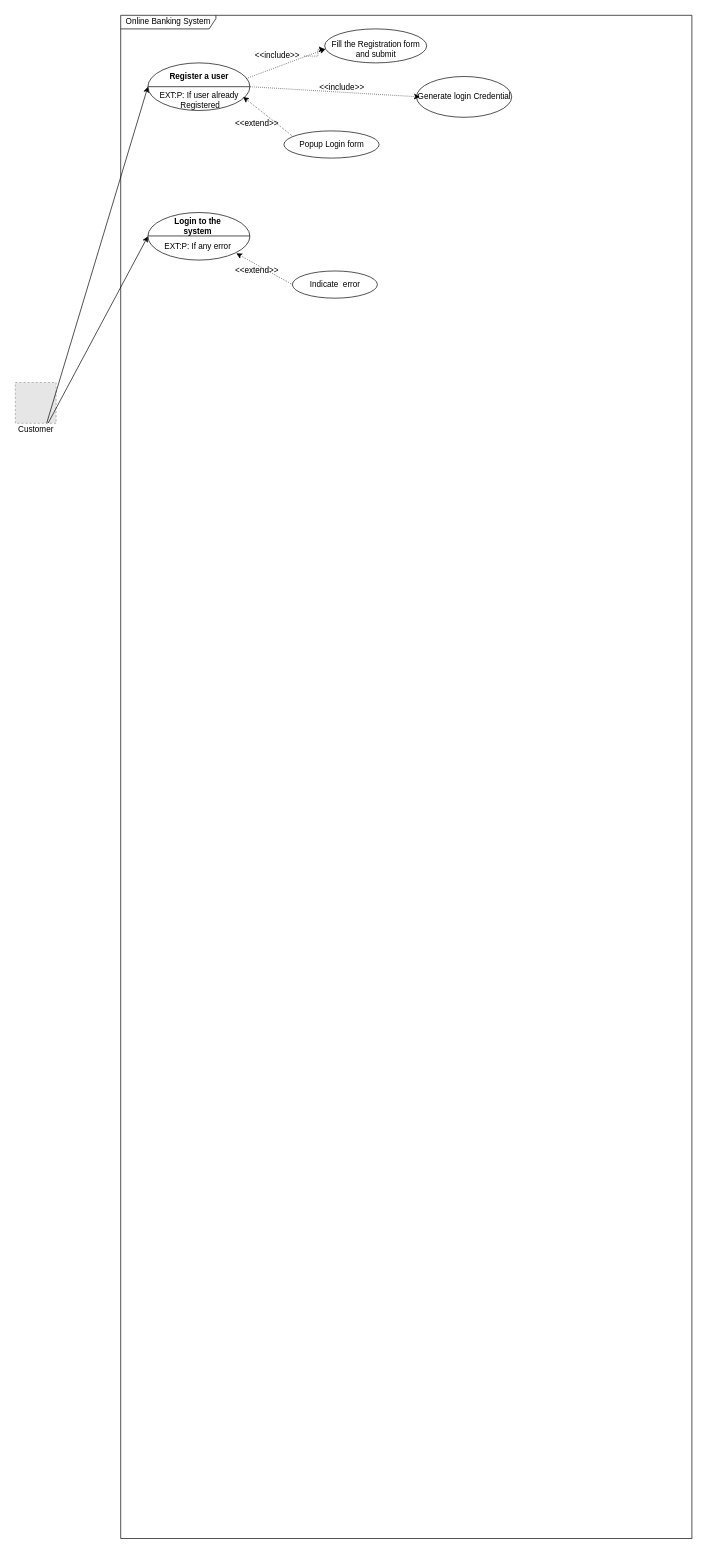
The draw.io diagram Untitled Diagram.drawio in Janith-Sandamal/online-banking, before the edit. Source tidied: cells renumbered, new cells numbered last; positions are measured from the earlier drawing's top-left corner, leaving out a move shared by most shapes. Both pictures are drawn from the tidied source at 68%, with x=0, y=0 at pixel (12, 15). Pictures stored in the file or linked from it are replaced by grey dashed boxes.
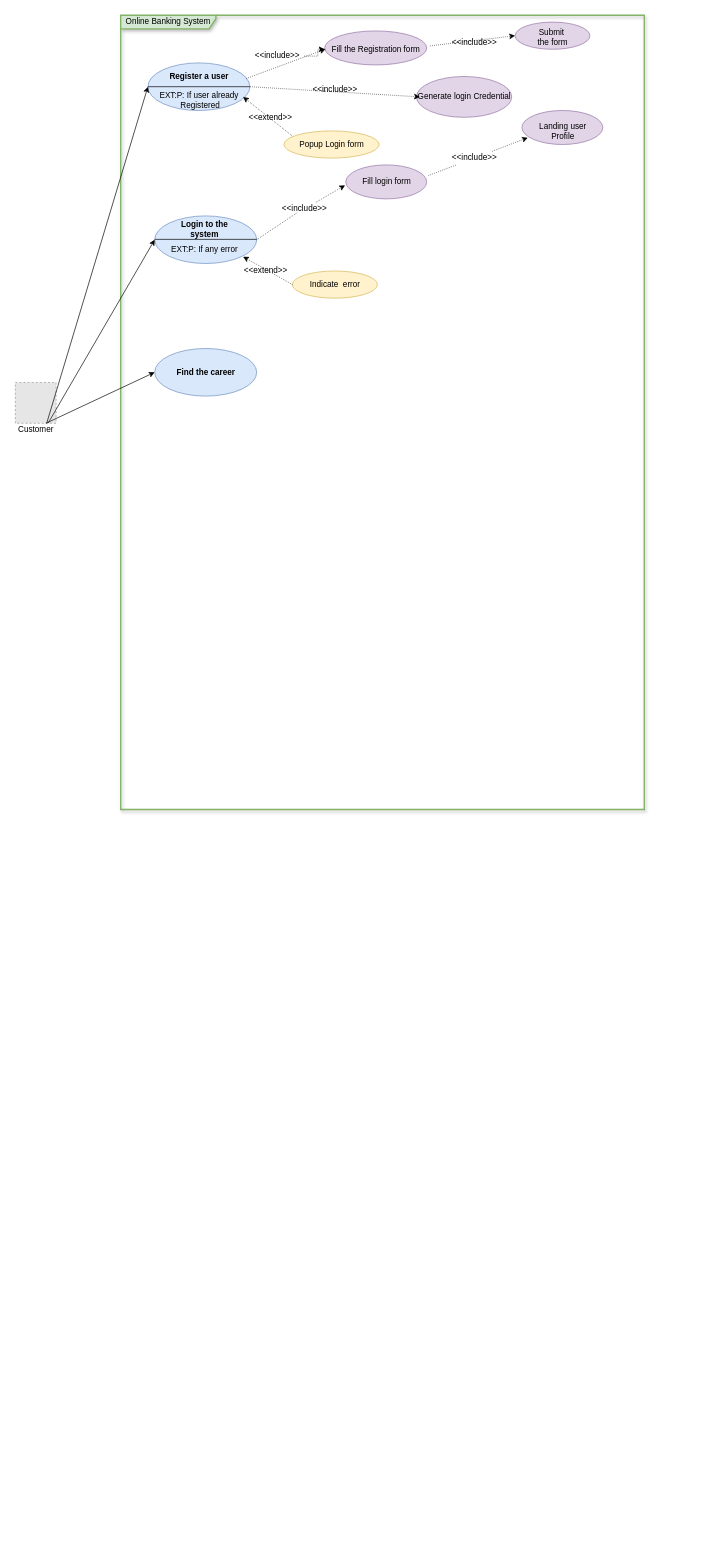
Above is the later version.

Commit message:
Continue Find career use case

The change refers to these unchanged cells:
```xml
<mxCell id="4" value="Customer" style="text;html=1;align=center;verticalAlign=middle;points=[];fillColor=none;strokeColor=none;rounded=0;" parent="1" vertex="1">
  <mxGeometry y="600" width="70" height="20" as="geometry" />
</mxCell>
```

Diff of the diagram source:
```diff
@@
-    <mxCell id="2" value="Online Banking System" style="shape=umlFrame;whiteSpace=wrap;html=1;width=140;height=20;" parent="1" vertex="1">
-      <mxGeometry x="160" width="840" height="2240" as="geometry" />
+    <mxCell id="2" value="Online Banking System" style="shape=umlFrame;whiteSpace=wrap;html=1;width=140;height=20;fillColor=#d5e8d4;strokeColor=#82b366;strokeWidth=2;shadow=1;" parent="1" vertex="1">
+      <mxGeometry x="160" width="770" height="1168" as="geometry" />
     </mxCell>
@@
-    <mxCell id="5" style="ellipse;whiteSpace=wrap;html=1;strokeWidth=1;" parent="1" vertex="1">
+    <mxCell id="5" style="ellipse;whiteSpace=wrap;html=1;strokeWidth=1;fillColor=#dae8fc;strokeColor=#6c8ebf;" parent="1" vertex="1">
       <mxGeometry x="200" y="70" width="150" height="70" as="geometry" />
     </mxCell>
@@
-    <mxCell id="9" style="endArrow=classic;html=1;rounded=0;exitX=0.731;exitY=-0.01;exitDx=0;exitDy=0;entryX=0;entryY=0.5;entryDx=0;entryDy=0;exitPerimeter=0;" parent="1" edge="1" source="4" target="5">
-      <mxGeometry relative="1" as="geometry" />
+    <mxCell id="9" style="endArrow=classic;html=1;rounded=0;exitX=0.731;exitY=-0.01;exitDx=0;exitDy=0;entryX=0;entryY=0.5;entryDx=0;entryDy=0;exitPerimeter=0;" parent="1" edge="1" target="5">
+      <mxGeometry relative="1" as="geometry">
+        <mxPoint x="51.2" y="599.8" as="sourcePoint" />
+      </mxGeometry>
     </mxCell>
-    <mxCell id="10" style="ellipse;whiteSpace=wrap;html=1;strokeWidth=1;" parent="1" vertex="1">
+    <mxCell id="10" style="ellipse;whiteSpace=wrap;html=1;strokeWidth=1;fillColor=#fff2cc;strokeColor=#d6b656;" parent="1" vertex="1">
       <mxGeometry x="400" y="170" width="140" height="40" as="geometry" />
     </mxCell>
-    <mxCell id="11" style="ellipse;whiteSpace=wrap;html=1;strokeWidth=1;" parent="1" vertex="1">
-      <mxGeometry x="200" y="290" width="150" height="70" as="geometry" />
+    <mxCell id="11" style="ellipse;whiteSpace=wrap;html=1;strokeWidth=1;fillColor=#dae8fc;strokeColor=#6c8ebf;" parent="1" vertex="1">
+      <mxGeometry x="210" y="295" width="150" height="70" as="geometry" />
     </mxCell>
     <mxCell id="12" style="endArrow=none;html=1;rounded=0;entryX=1;entryY=0.5;entryDx=0;entryDy=0;exitX=0;exitY=0.5;exitDx=0;exitDy=0;strokeWidth=1;" parent="1" edge="1">
       <mxGeometry relative="1" as="geometry">
-        <mxPoint x="200" y="324.5" as="sourcePoint" />
-        <mxPoint x="350" y="324.5" as="targetPoint" />
+        <mxPoint x="210" y="329.5" as="sourcePoint" />
+        <mxPoint x="360" y="329.5" as="targetPoint" />
       </mxGeometry>
     </mxCell>
@@
     <mxCell id="15" value="&amp;lt;&amp;lt;extend&amp;gt;&amp;gt;" style="text;html=1;align=center;verticalAlign=middle;fillColor=none;strokeColor=none;rounded=0;strokeWidth=1;" parent="1" vertex="1">
-      <mxGeometry x="320" y="150" width="80" height="20" as="geometry" />
+      <mxGeometry x="340" y="140" width="80" height="20" as="geometry" />
     </mxCell>
-    <mxCell id="16" style="ellipse;whiteSpace=wrap;html=1;strokeWidth=1;" parent="1" vertex="1">
-      <mxGeometry x="460" y="20" width="150" height="50" as="geometry" />
+    <mxCell id="16" style="ellipse;whiteSpace=wrap;html=1;strokeWidth=1;fillColor=#e1d5e7;strokeColor=#9673a6;" parent="1" vertex="1">
+      <mxGeometry x="460" y="23" width="150" height="50" as="geometry" />
     </mxCell>
-    <mxCell id="17" value="Fill the Registration form&lt;br&gt;and submit" style="text;html=1;align=center;verticalAlign=middle;points=[];fillColor=none;strokeColor=none;rounded=0;rotation=0;" parent="1" vertex="1">
-      <mxGeometry x="460" y="35" width="150" height="30" as="geometry" />
+    <mxCell id="17" value="Fill the Registration form&lt;br&gt;" style="text;html=1;align=center;verticalAlign=middle;points=[];fillColor=none;strokeColor=none;rounded=0;rotation=0;" parent="1" vertex="1">
+      <mxGeometry x="460" y="40" width="150" height="20" as="geometry" />
     </mxCell>
@@
-    <mxCell id="21" style="ellipse;whiteSpace=wrap;html=1;strokeWidth=1;" parent="1" vertex="1">
+    <mxCell id="21" style="ellipse;whiteSpace=wrap;html=1;strokeWidth=1;fillColor=#e1d5e7;strokeColor=#9673a6;" parent="1" vertex="1">
       <mxGeometry x="595" y="90" width="140" height="60" as="geometry" />
     </mxCell>
@@
-    <mxCell id="24" value="&amp;lt;&amp;lt;include&amp;gt;&amp;gt;" style="text;html=1;align=center;verticalAlign=middle;fillColor=none;strokeColor=none;rounded=0;strokeWidth=1;" parent="1" vertex="1">
-      <mxGeometry x="445" y="97" width="80" height="20" as="geometry" />
-    </mxCell>
     <mxCell id="25" value="&lt;b&gt;Login to the&lt;br&gt;system&lt;br&gt;&lt;/b&gt;" style="text;html=1;align=center;verticalAlign=middle;fillColor=none;strokeColor=none;rounded=0;strokeWidth=1;" parent="1" vertex="1">
-      <mxGeometry x="233" y="295" width="80" height="30" as="geometry" />
+      <mxGeometry x="243" y="300" width="80" height="30" as="geometry" />
     </mxCell>
-    <mxCell id="26" style="endArrow=classic;html=1;rounded=0;exitX=0.763;exitY=-0.021;exitDx=0;exitDy=0;entryX=0;entryY=0.5;entryDx=0;entryDy=0;exitPerimeter=0;" parent="1" edge="1" source="4" target="11">
-      <mxGeometry relative="1" as="geometry" />
+    <mxCell id="26" style="endArrow=classic;html=1;rounded=0;exitX=0.763;exitY=-0.021;exitDx=0;exitDy=0;entryX=0;entryY=0.5;entryDx=0;entryDy=0;exitPerimeter=0;" parent="1" edge="1" target="11">
+      <mxGeometry relative="1" as="geometry">
+        <mxPoint x="53.4" y="599.6" as="sourcePoint" />
+      </mxGeometry>
     </mxCell>
     <mxCell id="27" value="EXT:P: If any error" style="text;html=1;align=center;verticalAlign=middle;points=[];fillColor=none;strokeColor=none;rounded=0;strokeWidth=1;" parent="1" vertex="1">
-      <mxGeometry x="218" y="330" width="110" height="20" as="geometry" />
+      <mxGeometry x="228" y="335" width="110" height="20" as="geometry" />
     </mxCell>
-    <mxCell id="28" style="ellipse;whiteSpace=wrap;html=1;strokeWidth=1;" parent="1" vertex="1">
+    <mxCell id="28" style="ellipse;whiteSpace=wrap;html=1;strokeWidth=1;fillColor=#fff2cc;strokeColor=#d6b656;" parent="1" vertex="1">
       <mxGeometry x="412.5" y="376" width="125" height="40" as="geometry" />
     </mxCell>
@@
     <mxCell id="31" value="&amp;lt;&amp;lt;extend&amp;gt;&amp;gt;" style="text;html=1;align=center;verticalAlign=middle;fillColor=none;strokeColor=none;rounded=0;strokeWidth=1;" parent="1" vertex="1">
-      <mxGeometry x="320" y="366" width="80" height="20" as="geometry" />
+      <mxGeometry x="332.5" y="365" width="80" height="20" as="geometry" />
     </mxCell>
+    <mxCell id="32" style="ellipse;whiteSpace=wrap;html=1;strokeWidth=1;fillColor=#e1d5e7;strokeColor=#9673a6;" parent="1" vertex="1">
+      <mxGeometry x="491" y="220" width="119" height="50" as="geometry" />
+    </mxCell>
+    <mxCell id="33" value="Fill login form" style="text;html=1;align=center;verticalAlign=middle;fillColor=none;strokeColor=none;rounded=0;rotation=0;" parent="1" vertex="1">
+      <mxGeometry x="505.5" y="235" width="90" height="20" as="geometry" />
+    </mxCell>
+    <mxCell id="34" style="endArrow=classic;html=1;rounded=0;strokeWidth=1;dashed=1;dashPattern=1 2;startArrow=none;" parent="1" edge="1" source="35">
+      <mxGeometry relative="1" as="geometry">
+        <mxPoint x="490" y="250" as="targetPoint" />
+      </mxGeometry>
+    </mxCell>
+    <mxCell id="35" value="&amp;lt;&amp;lt;include&amp;gt;&amp;gt;" style="text;html=1;align=center;verticalAlign=middle;points=[];fillColor=none;strokeColor=none;rounded=0;strokeWidth=1;" parent="1" vertex="1">
+      <mxGeometry x="390" y="275" width="80" height="20" as="geometry" />
+    </mxCell>
+    <mxCell id="36" style="endArrow=none;html=1;rounded=0;strokeWidth=1;dashed=1;dashPattern=1 2;exitX=1;exitY=0.5;exitDx=0;exitDy=0;" parent="1" edge="1" source="11">
+      <mxGeometry relative="1" as="geometry">
+        <mxPoint x="420" y="290" as="targetPoint" />
+      </mxGeometry>
+    </mxCell>
+    <mxCell id="37" style="ellipse;whiteSpace=wrap;html=1;strokeWidth=1;fillColor=#e1d5e7;strokeColor=#9673a6;" parent="1" vertex="1">
+      <mxGeometry x="750" y="140" width="119" height="50" as="geometry" />
+    </mxCell>
+    <mxCell id="38" value="&amp;lt;&amp;lt;include&amp;gt;&amp;gt;" style="text;html=1;align=center;verticalAlign=middle;points=[];fillColor=none;strokeColor=none;rounded=0;strokeWidth=1;" parent="1" vertex="1">
+      <mxGeometry x="640" y="200" width="80" height="20" as="geometry" />
+    </mxCell>
+    <mxCell id="39" style="endArrow=none;dashed=1;html=1;rounded=0;dashPattern=1 2;strokeWidth=1;exitX=1.023;exitY=0.311;exitDx=0;exitDy=0;exitPerimeter=0;" parent="1" edge="1" source="32" target="38">
+      <mxGeometry relative="1" as="geometry" />
+    </mxCell>
+    <mxCell id="40" style="endArrow=classic;html=1;rounded=0;dashed=1;dashPattern=1 2;strokeWidth=1;entryX=0.073;entryY=0.8;entryDx=0;entryDy=0;entryPerimeter=0;" parent="1" edge="1" source="38" target="37">
+      <mxGeometry relative="1" as="geometry" />
+    </mxCell>
+    <mxCell id="41" value="Landing user &lt;br&gt;Profile" style="text;html=1;align=center;verticalAlign=middle;fillColor=none;strokeColor=none;rounded=0;rotation=0;" parent="1" vertex="1">
+      <mxGeometry x="770" y="155" width="80" height="30" as="geometry" />
+    </mxCell>
+    <mxCell id="42" value="&amp;lt;&amp;lt;include&amp;gt;&amp;gt;" style="text;html=1;align=center;verticalAlign=middle;fillColor=none;strokeColor=none;rounded=0;strokeWidth=1;" parent="1" vertex="1">
+      <mxGeometry x="435" y="100" width="80" height="20" as="geometry" />
+    </mxCell>
+    <mxCell id="43" style="ellipse;whiteSpace=wrap;html=1;strokeWidth=1;fillColor=#e1d5e7;strokeColor=#9673a6;" parent="1" vertex="1">
+      <mxGeometry x="740" y="10" width="110" height="40" as="geometry" />
+    </mxCell>
+    <mxCell id="44" value="Submit&amp;nbsp; &lt;br&gt;the form" style="text;html=1;align=center;verticalAlign=middle;fillColor=none;strokeColor=none;rounded=0;rotation=0;" parent="1" vertex="1">
+      <mxGeometry x="765" y="17" width="60" height="30" as="geometry" />
+    </mxCell>
+    <mxCell id="45" style="endArrow=classic;html=1;rounded=0;dashed=1;dashPattern=1 2;strokeWidth=1;entryX=0;entryY=0.5;entryDx=0;entryDy=0;exitX=1.032;exitY=0.249;exitDx=0;exitDy=0;exitPerimeter=0;" parent="1" edge="1" source="17" target="43">
+      <mxGeometry relative="1" as="geometry" />
+    </mxCell>
+    <mxCell id="46" value="&amp;lt;&amp;lt;include&amp;gt;&amp;gt;" style="text;html=1;align=center;verticalAlign=middle;fillColor=none;strokeColor=none;rounded=0;strokeWidth=1;" parent="1" vertex="1">
+      <mxGeometry x="640" y="30" width="80" height="20" as="geometry" />
+    </mxCell>
+    <mxCell id="47" style="ellipse;whiteSpace=wrap;html=1;strokeWidth=1;fillColor=#dae8fc;strokeColor=#6c8ebf;" parent="1" vertex="1">
+      <mxGeometry x="210" y="490" width="150" height="70" as="geometry" />
+    </mxCell>
+    <mxCell id="48" value="&lt;b&gt;Find the career&lt;br&gt;&lt;/b&gt;" style="text;html=1;align=center;verticalAlign=middle;fillColor=none;strokeColor=none;rounded=0;strokeWidth=1;" parent="1" vertex="1">
+      <mxGeometry x="235" y="515" width="100" height="20" as="geometry" />
+    </mxCell>
+    <mxCell id="49" style="endArrow=classic;html=1;rounded=0;entryX=0;entryY=0.5;entryDx=0;entryDy=0;" parent="1" edge="1" target="47">
+      <mxGeometry relative="1" as="geometry">
+        <mxPoint x="50" y="600" as="sourcePoint" />
+      </mxGeometry>
+    </mxCell>
```
